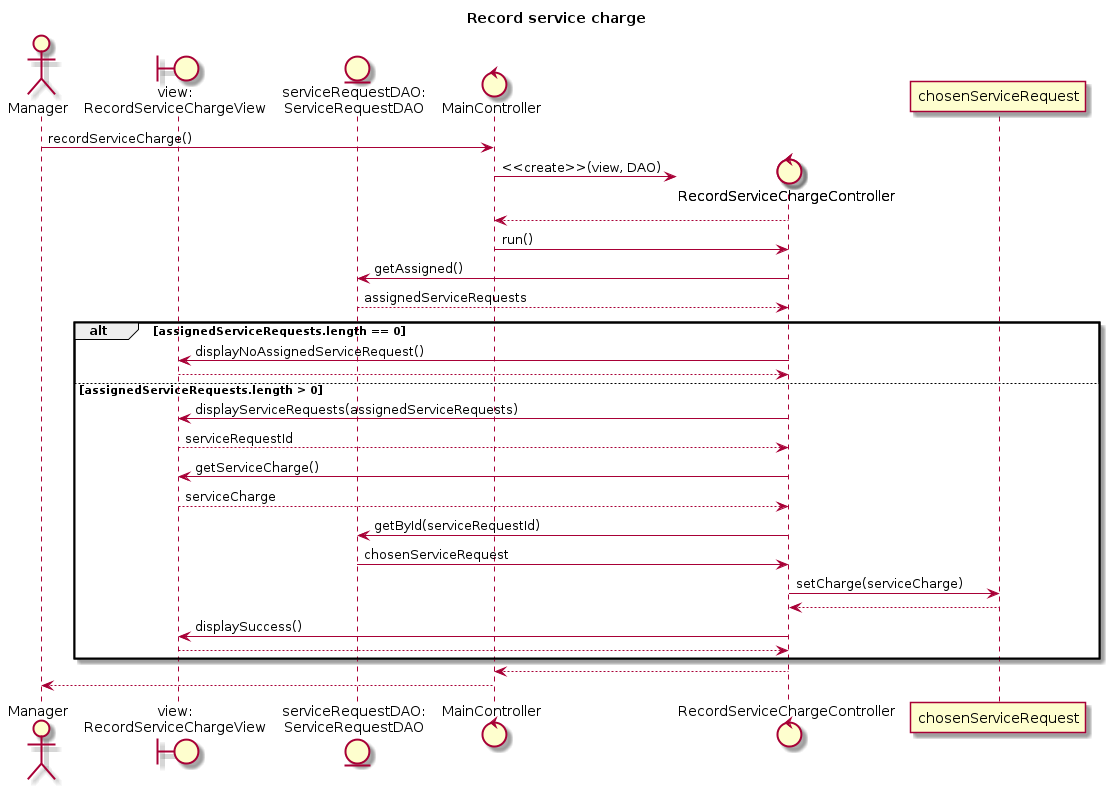
wongjiahau/software-design-assignment keeps this PlantUML diagram as sequence-diagrams/recordServiceCharge.png. Above is the earlier version.
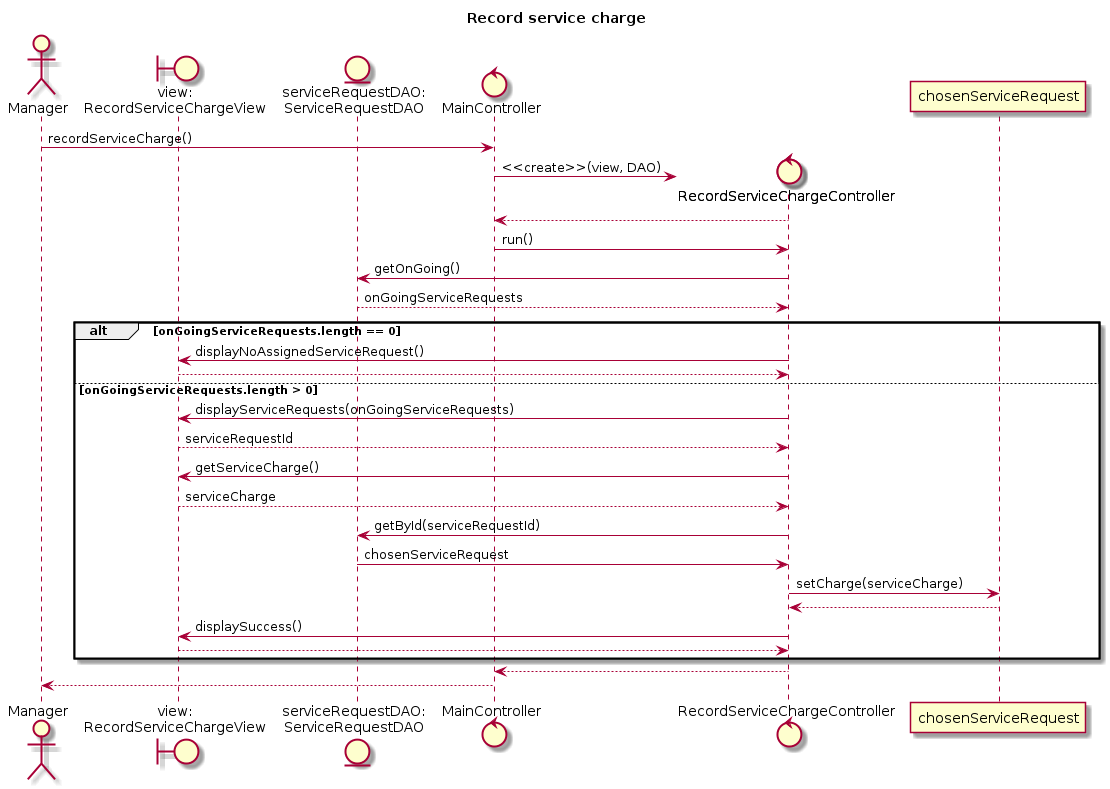
After the change.

Commit message:
Rename getAssigned to getOnGoing

What changed in the source:
```diff
@@ -10,13 +10,13 @@
 MainController -> controller : <<create>>(view, DAO)
 controller --> MainController
 MainController -> controller : run()
-controller -> DAO : getAssigned()
-DAO --> controller : assignedServiceRequests
-alt assignedServiceRequests.length == 0
+controller -> DAO : getOnGoing()
+DAO --> controller : onGoingServiceRequests
+alt onGoingServiceRequests.length == 0
     controller -> view : displayNoAssignedServiceRequest()
     view --> controller
-else assignedServiceRequests.length > 0
-    controller -> view : displayServiceRequests(assignedServiceRequests)
+else onGoingServiceRequests.length > 0
+    controller -> view : displayServiceRequests(onGoingServiceRequests)
     view --> controller : serviceRequestId
     controller -> view : getServiceCharge()
     view --> controller : serviceCharge
```
